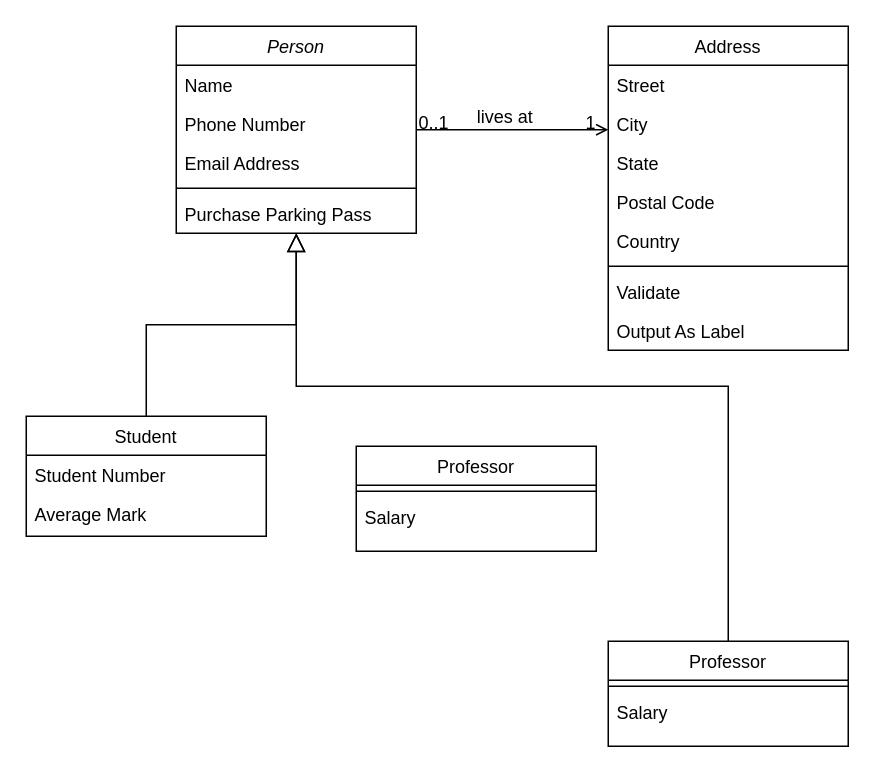
Above: 名称未設定ファイル.drawio in ryshino/strengths-app (draw.io), before the change. Source tidied: cells renumbered, new cells numbered last; positions are measured from the earlier drawing's top-left corner, leaving out a move shared by most shapes. Both pictures are drawn from the tidied source at 150%, with x=0, y=0 at pixel (26, 26).
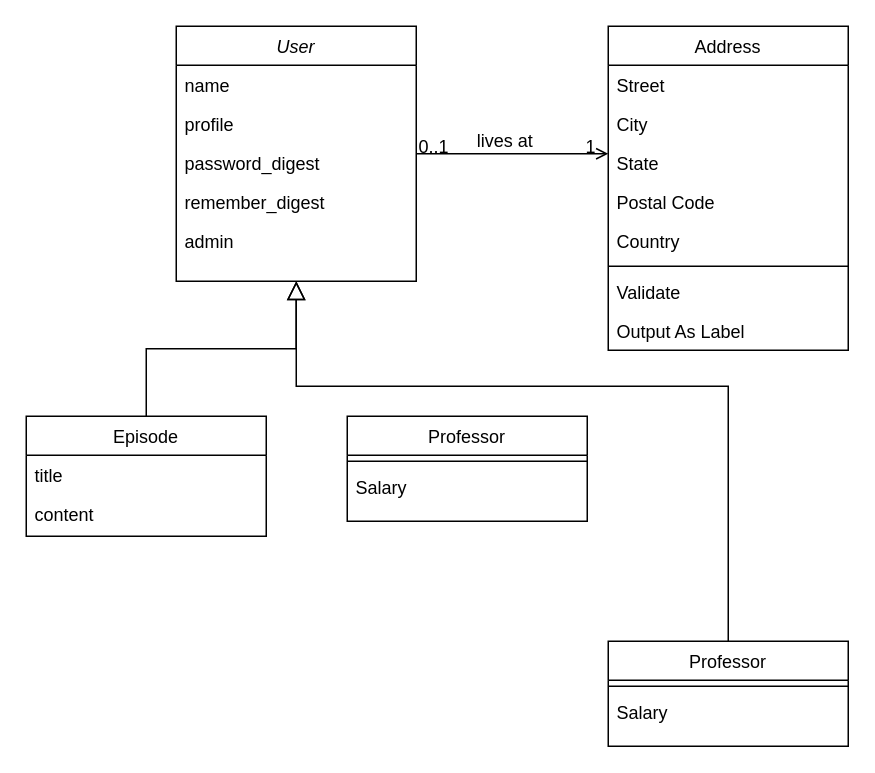
After the change.

Commit message (it also covers changes not shown here):
ER図.drawio を更新します

Change to the diagram source:
```diff
@@
-    <mxCell id="2" value="Person" style="swimlane;fontStyle=2;align=center;verticalAlign=top;horizontal=1;startSize=26;rounded=0;shadow=0;strokeWidth=1;" parent="1" vertex="1">
-      <mxGeometry x="100" width="160" height="138" as="geometry" />
+    <mxCell id="2" value="User" style="swimlane;fontStyle=2;align=center;verticalAlign=top;horizontal=1;startSize=26;rounded=0;shadow=0;strokeWidth=1;" parent="1" vertex="1">
+      <mxGeometry x="100" width="160" height="170" as="geometry" />
     </mxCell>
-    <mxCell id="3" value="Name" style="text;align=left;verticalAlign=top;spacingLeft=4;spacingRight=4;overflow=hidden;" parent="2" vertex="1">
+    <mxCell id="3" value="name" style="text;align=left;verticalAlign=top;spacingLeft=4;spacingRight=4;overflow=hidden;" parent="2" vertex="1">
       <mxGeometry y="26" width="160" height="26" as="geometry" />
     </mxCell>
+    <mxCell id="5" value="profile" style="text;align=left;verticalAlign=top;spacingLeft=4;spacingRight=4;overflow=hidden;rounded=0;shadow=0;html=0;" parent="2" vertex="1">
+      <mxGeometry y="52" width="160" height="26" as="geometry" />
+    </mxCell>
-    <mxCell id="4" value="Phone Number" style="text;align=left;verticalAlign=top;spacingLeft=4;spacingRight=4;overflow=hidden;rounded=0;shadow=0;html=0;" parent="2" vertex="1">
-      <mxGeometry y="52" width="160" height="26" as="geometry" />
+    <mxCell id="4" value="password_digest" style="text;align=left;verticalAlign=top;spacingLeft=4;spacingRight=4;overflow=hidden;rounded=0;shadow=0;html=0;" parent="2" vertex="1">
+      <mxGeometry y="78" width="160" height="26" as="geometry" />
     </mxCell>
-    <mxCell id="5" value="Email Address" style="text;align=left;verticalAlign=top;spacingLeft=4;spacingRight=4;overflow=hidden;rounded=0;shadow=0;html=0;" parent="2" vertex="1">
-      <mxGeometry y="78" width="160" height="26" as="geometry" />
-    </mxCell>
-    <mxCell id="6" style="line;html=1;strokeWidth=1;align=left;verticalAlign=middle;spacingTop=-1;spacingLeft=3;spacingRight=3;labelPosition=right;" parent="2" vertex="1">
-      <mxGeometry y="104" width="160" height="8" as="geometry" />
-    </mxCell>
-    <mxCell id="7" value="Purchase Parking Pass" style="text;align=left;verticalAlign=top;spacingLeft=4;spacingRight=4;overflow=hidden;" parent="2" vertex="1">
-      <mxGeometry y="112" width="160" height="26" as="geometry" />
+    <mxCell id="7" value="remember_digest" style="text;align=left;verticalAlign=top;spacingLeft=4;spacingRight=4;overflow=hidden;" parent="2" vertex="1">
+      <mxGeometry y="104" width="160" height="26" as="geometry" />
     </mxCell>
+    <mxCell id="32" value="admin" style="text;align=left;verticalAlign=top;spacingLeft=4;spacingRight=4;overflow=hidden;" parent="2" vertex="1">
+      <mxGeometry y="130" width="160" height="26" as="geometry" />
+    </mxCell>
-    <mxCell id="8" value="Student" style="swimlane;fontStyle=0;align=center;verticalAlign=top;horizontal=1;startSize=26;rounded=0;shadow=0;strokeWidth=1;" parent="1" vertex="1">
+    <mxCell id="8" value="Episode" style="swimlane;fontStyle=0;align=center;verticalAlign=top;horizontal=1;startSize=26;rounded=0;shadow=0;strokeWidth=1;" parent="1" vertex="1">
       <mxGeometry y="260" width="160" height="80" as="geometry" />
     </mxCell>
-    <mxCell id="9" value="Student Number" style="text;align=left;verticalAlign=top;spacingLeft=4;spacingRight=4;overflow=hidden;" parent="8" vertex="1">
+    <mxCell id="9" value="title" style="text;align=left;verticalAlign=top;spacingLeft=4;spacingRight=4;overflow=hidden;" parent="8" vertex="1">
       <mxGeometry y="26" width="160" height="26" as="geometry" />
     </mxCell>
-    <mxCell id="10" value="Average Mark" style="text;align=left;verticalAlign=top;spacingLeft=4;spacingRight=4;overflow=hidden;rounded=0;shadow=0;html=0;" parent="8" vertex="1">
-      <mxGeometry y="52" width="160" height="26" as="geometry" />
-    </mxCell>
+    <mxCell id="33" value="content" style="text;align=left;verticalAlign=top;spacingLeft=4;spacingRight=4;overflow=hidden;" parent="8" vertex="1">
+      <mxGeometry y="52" width="160" height="26" as="geometry" />
+    </mxCell>
@@
     <mxCell id="29" value="Professor" style="swimlane;fontStyle=0;align=center;verticalAlign=top;horizontal=1;startSize=26;rounded=0;shadow=0;strokeWidth=1;" parent="1" vertex="1">
-      <mxGeometry x="220" y="280" width="160" height="70" as="geometry" />
+      <mxGeometry x="214" y="260" width="160" height="70" as="geometry" />
     </mxCell>
```
